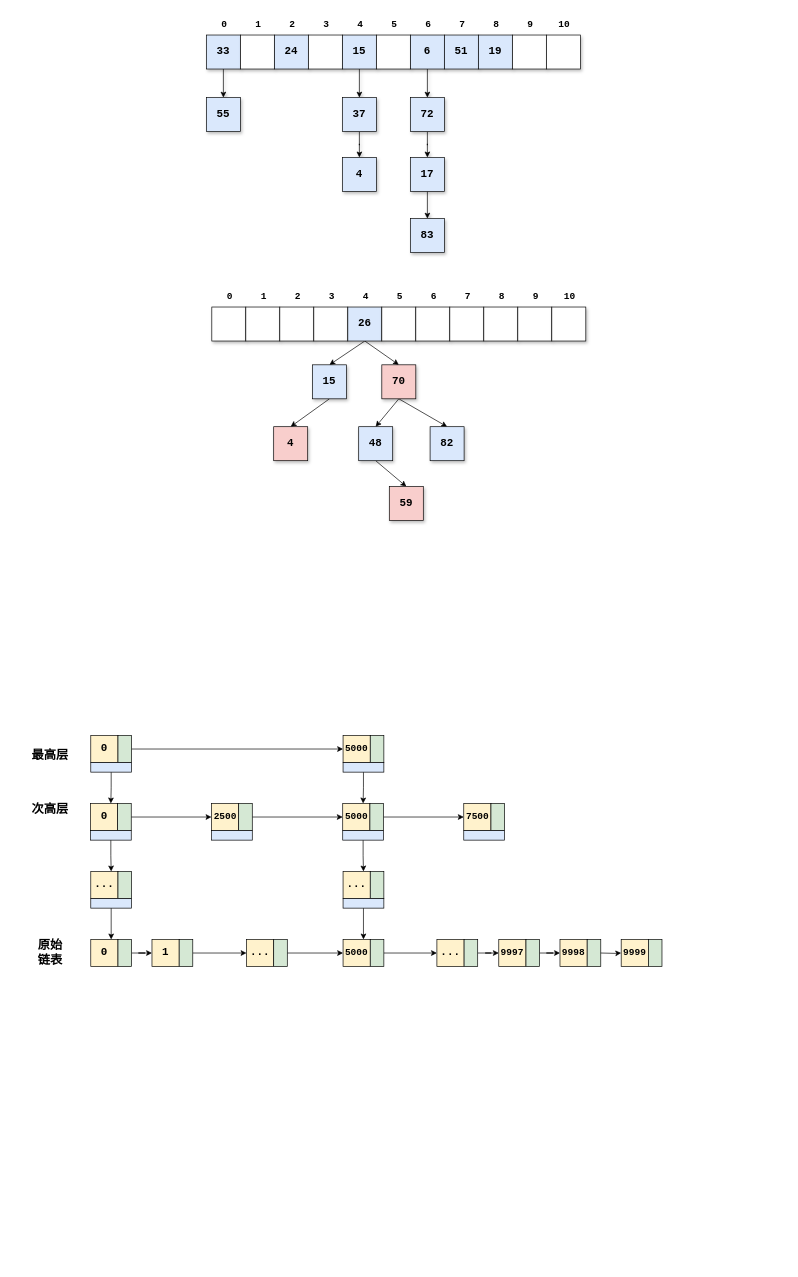
This is algorithm.drawio from Ocsio/draw-io, a draw.io file, before an edit. Source tidied: cells renumbered, new cells numbered last; positions are measured from the earlier drawing's top-left corner, leaving out a move shared by most shapes. Both pictures are drawn from the tidied source at 68%, with x=0, y=0 at pixel (22, 14).
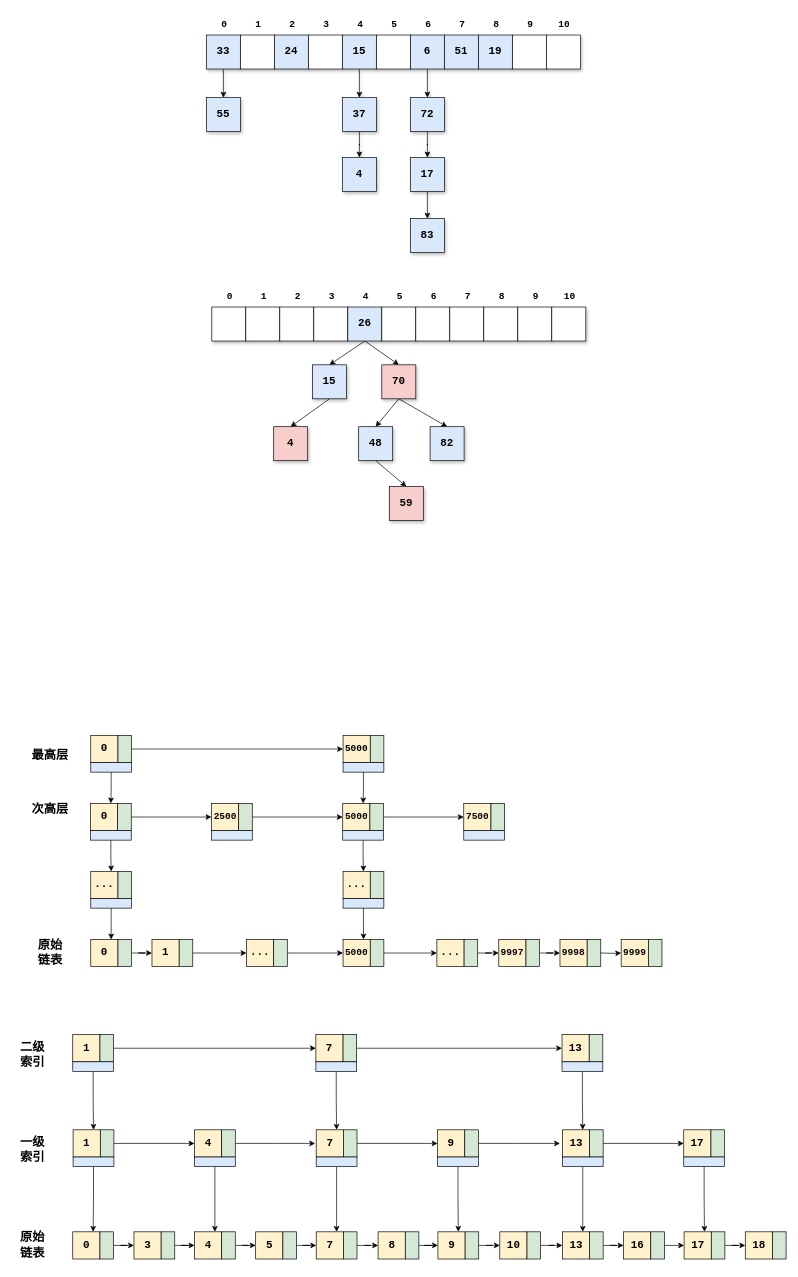
The same diagram, later.

What changed in the source:
```diff
@@
+    <mxCell id="130" value="&lt;b&gt;&lt;font style=&quot;font-size: 16px;&quot; face=&quot;Courier New&quot;&gt;0&lt;/font&gt;&lt;/b&gt;" style="rounded=0;whiteSpace=wrap;html=1;fillColor=#fff2cc;strokeColor=default;" parent="1" vertex="1">
+      <mxGeometry x="73.5" y="1790" width="40" height="40" as="geometry" />
+    </mxCell>
+    <mxCell id="131" style="edgeStyle=orthogonalEdgeStyle;rounded=0;jettySize=auto;html=1;" parent="1" edge="1" source="132" target="134">
+      <mxGeometry relative="1" as="geometry" />
+    </mxCell>
+    <mxCell id="132" style="rounded=0;whiteSpace=wrap;html=1;fillColor=#d5e8d4;strokeColor=default;" parent="1" vertex="1">
+      <mxGeometry x="113.5" y="1790" width="20" height="40" as="geometry" />
+    </mxCell>
+    <mxCell id="133" value="&lt;b style=&quot;font-size: 18px;&quot;&gt;&lt;font style=&quot;font-size: 18px;&quot; face=&quot;Courier New&quot;&gt;原始&lt;br&gt;链表&lt;/font&gt;&lt;/b&gt;" style="text;html=1;align=center;verticalAlign=middle;strokeColor=none;fillColor=none;" parent="1" vertex="1">
+      <mxGeometry x="-16.5" y="1780" width="60" height="60" as="geometry" />
+    </mxCell>
+    <mxCell id="134" value="&lt;b&gt;&lt;font style=&quot;font-size: 16px;&quot; face=&quot;Courier New&quot;&gt;3&lt;/font&gt;&lt;/b&gt;" style="rounded=0;whiteSpace=wrap;html=1;fillColor=#fff2cc;strokeColor=default;" parent="1" vertex="1">
+      <mxGeometry x="163.5" y="1790" width="40" height="40" as="geometry" />
+    </mxCell>
+    <mxCell id="135" style="edgeStyle=orthogonalEdgeStyle;rounded=0;jettySize=auto;html=1;entryX=0;entryY=0.5;entryDx=0;entryDy=0;" parent="1" edge="1" source="136" target="137">
+      <mxGeometry relative="1" as="geometry" />
+    </mxCell>
+    <mxCell id="136" style="rounded=0;whiteSpace=wrap;html=1;fillColor=#d5e8d4;strokeColor=default;" parent="1" vertex="1">
+      <mxGeometry x="203.5" y="1790" width="20" height="40" as="geometry" />
+    </mxCell>
+    <mxCell id="137" value="&lt;b&gt;&lt;font style=&quot;font-size: 16px;&quot; face=&quot;Courier New&quot;&gt;4&lt;/font&gt;&lt;/b&gt;" style="rounded=0;whiteSpace=wrap;html=1;fillColor=#fff2cc;strokeColor=default;" parent="1" vertex="1">
+      <mxGeometry x="252.5" y="1790" width="40" height="40" as="geometry" />
+    </mxCell>
+    <mxCell id="138" style="edgeStyle=orthogonalEdgeStyle;rounded=0;jettySize=auto;html=1;" parent="1" edge="1" source="139" target="140">
+      <mxGeometry relative="1" as="geometry" />
+    </mxCell>
+    <mxCell id="139" style="rounded=0;whiteSpace=wrap;html=1;fillColor=#d5e8d4;strokeColor=default;" parent="1" vertex="1">
+      <mxGeometry x="292.5" y="1790" width="20" height="40" as="geometry" />
+    </mxCell>
+    <mxCell id="140" value="&lt;b&gt;&lt;font style=&quot;font-size: 16px;&quot; face=&quot;Courier New&quot;&gt;5&lt;/font&gt;&lt;/b&gt;" style="rounded=0;whiteSpace=wrap;html=1;fillColor=#fff2cc;strokeColor=default;" parent="1" vertex="1">
+      <mxGeometry x="342.5" y="1790" width="40" height="40" as="geometry" />
+    </mxCell>
+    <mxCell id="141" style="edgeStyle=orthogonalEdgeStyle;rounded=0;jettySize=auto;html=1;exitX=1;exitY=0.5;exitDx=0;exitDy=0;" parent="1" edge="1" source="142" target="143">
+      <mxGeometry relative="1" as="geometry" />
+    </mxCell>
+    <mxCell id="142" style="rounded=0;whiteSpace=wrap;html=1;fillColor=#d5e8d4;strokeColor=default;" parent="1" vertex="1">
+      <mxGeometry x="382.5" y="1790" width="20" height="40" as="geometry" />
+    </mxCell>
+    <mxCell id="143" value="&lt;b&gt;&lt;font style=&quot;font-size: 16px;&quot; face=&quot;Courier New&quot;&gt;7&lt;/font&gt;&lt;/b&gt;" style="rounded=0;whiteSpace=wrap;html=1;fillColor=#fff2cc;strokeColor=default;" parent="1" vertex="1">
+      <mxGeometry x="431.5" y="1790" width="40" height="40" as="geometry" />
+    </mxCell>
+    <mxCell id="144" style="edgeStyle=orthogonalEdgeStyle;rounded=0;jettySize=auto;html=1;" parent="1" edge="1" source="145" target="146">
+      <mxGeometry relative="1" as="geometry" />
+    </mxCell>
+    <mxCell id="145" style="rounded=0;whiteSpace=wrap;html=1;fillColor=#d5e8d4;strokeColor=default;" parent="1" vertex="1">
+      <mxGeometry x="471.5" y="1790" width="20" height="40" as="geometry" />
+    </mxCell>
+    <mxCell id="146" value="&lt;b&gt;&lt;font style=&quot;font-size: 16px;&quot; face=&quot;Courier New&quot;&gt;8&lt;/font&gt;&lt;/b&gt;" style="rounded=0;whiteSpace=wrap;html=1;fillColor=#fff2cc;strokeColor=default;" parent="1" vertex="1">
+      <mxGeometry x="522.5" y="1790" width="40" height="40" as="geometry" />
+    </mxCell>
+    <mxCell id="147" style="edgeStyle=orthogonalEdgeStyle;rounded=0;jettySize=auto;html=1;exitX=1;exitY=0.5;exitDx=0;exitDy=0;" parent="1" edge="1" source="148" target="149">
+      <mxGeometry relative="1" as="geometry" />
+    </mxCell>
+    <mxCell id="148" style="rounded=0;whiteSpace=wrap;html=1;fillColor=#d5e8d4;strokeColor=default;" parent="1" vertex="1">
+      <mxGeometry x="562.5" y="1790" width="20" height="40" as="geometry" />
+    </mxCell>
+    <mxCell id="149" value="&lt;b&gt;&lt;font style=&quot;font-size: 16px;&quot; face=&quot;Courier New&quot;&gt;9&lt;/font&gt;&lt;/b&gt;" style="rounded=0;whiteSpace=wrap;html=1;fillColor=#fff2cc;strokeColor=default;" parent="1" vertex="1">
+      <mxGeometry x="610.5" y="1790" width="40" height="40" as="geometry" />
+    </mxCell>
+    <mxCell id="150" style="edgeStyle=orthogonalEdgeStyle;rounded=0;jettySize=auto;html=1;" parent="1" edge="1" source="151" target="152">
+      <mxGeometry relative="1" as="geometry" />
+    </mxCell>
+    <mxCell id="151" style="rounded=0;whiteSpace=wrap;html=1;fillColor=#d5e8d4;strokeColor=default;" parent="1" vertex="1">
+      <mxGeometry x="650.5" y="1790" width="20" height="40" as="geometry" />
+    </mxCell>
+    <mxCell id="152" value="&lt;b&gt;&lt;font style=&quot;font-size: 16px;&quot; face=&quot;Courier New&quot;&gt;10&lt;/font&gt;&lt;/b&gt;" style="rounded=0;whiteSpace=wrap;html=1;fillColor=#fff2cc;strokeColor=default;" parent="1" vertex="1">
+      <mxGeometry x="701.5" y="1790" width="40" height="40" as="geometry" />
+    </mxCell>
+    <mxCell id="153" style="edgeStyle=orthogonalEdgeStyle;rounded=0;jettySize=auto;html=1;" parent="1" edge="1" source="154" target="155">
+      <mxGeometry relative="1" as="geometry" />
+    </mxCell>
+    <mxCell id="154" style="rounded=0;whiteSpace=wrap;html=1;fillColor=#d5e8d4;strokeColor=default;" parent="1" vertex="1">
+      <mxGeometry x="741.5" y="1790" width="20" height="40" as="geometry" />
+    </mxCell>
+    <mxCell id="155" value="&lt;b&gt;&lt;font style=&quot;font-size: 16px;&quot; face=&quot;Courier New&quot;&gt;13&lt;/font&gt;&lt;/b&gt;" style="rounded=0;whiteSpace=wrap;html=1;fillColor=#fff2cc;strokeColor=default;" parent="1" vertex="1">
+      <mxGeometry x="793.5" y="1790" width="40" height="40" as="geometry" />
+    </mxCell>
+    <mxCell id="156" style="edgeStyle=orthogonalEdgeStyle;rounded=0;jettySize=auto;html=1;" parent="1" edge="1" source="157" target="158">
+      <mxGeometry relative="1" as="geometry" />
+    </mxCell>
+    <mxCell id="157" style="rounded=0;whiteSpace=wrap;html=1;fillColor=#d5e8d4;strokeColor=default;" parent="1" vertex="1">
+      <mxGeometry x="833.5" y="1790" width="20" height="40" as="geometry" />
+    </mxCell>
+    <mxCell id="158" value="&lt;b&gt;&lt;font style=&quot;font-size: 16px;&quot; face=&quot;Courier New&quot;&gt;16&lt;/font&gt;&lt;/b&gt;" style="rounded=0;whiteSpace=wrap;html=1;fillColor=#fff2cc;strokeColor=default;" parent="1" vertex="1">
+      <mxGeometry x="883.5" y="1790" width="40" height="40" as="geometry" />
+    </mxCell>
+    <mxCell id="159" style="edgeStyle=orthogonalEdgeStyle;rounded=0;jettySize=auto;html=1;exitX=1;exitY=0.5;exitDx=0;exitDy=0;entryX=0;entryY=0.5;entryDx=0;entryDy=0;" parent="1" edge="1" source="160" target="161">
+      <mxGeometry relative="1" as="geometry" />
+    </mxCell>
+    <mxCell id="160" style="rounded=0;whiteSpace=wrap;html=1;fillColor=#d5e8d4;strokeColor=default;" parent="1" vertex="1">
+      <mxGeometry x="923.5" y="1790" width="20" height="40" as="geometry" />
+    </mxCell>
+    <mxCell id="161" value="&lt;b&gt;&lt;font style=&quot;font-size: 16px;&quot; face=&quot;Courier New&quot;&gt;17&lt;/font&gt;&lt;/b&gt;" style="rounded=0;whiteSpace=wrap;html=1;fillColor=#fff2cc;strokeColor=default;" parent="1" vertex="1">
+      <mxGeometry x="972.5" y="1790" width="40" height="40" as="geometry" />
+    </mxCell>
+    <mxCell id="162" style="edgeStyle=orthogonalEdgeStyle;rounded=0;jettySize=auto;html=1;" parent="1" edge="1" source="163" target="164">
+      <mxGeometry relative="1" as="geometry" />
+    </mxCell>
+    <mxCell id="163" style="rounded=0;whiteSpace=wrap;html=1;fillColor=#d5e8d4;strokeColor=default;" parent="1" vertex="1">
+      <mxGeometry x="1012.5" y="1790" width="20" height="40" as="geometry" />
+    </mxCell>
+    <mxCell id="164" value="&lt;b&gt;&lt;font style=&quot;font-size: 16px;&quot; face=&quot;Courier New&quot;&gt;18&lt;/font&gt;&lt;/b&gt;" style="rounded=0;whiteSpace=wrap;html=1;fillColor=#fff2cc;strokeColor=default;" parent="1" vertex="1">
+      <mxGeometry x="1062.5" y="1790" width="40" height="40" as="geometry" />
+    </mxCell>
+    <mxCell id="165" style="rounded=0;whiteSpace=wrap;html=1;fillColor=#d5e8d4;strokeColor=default;" parent="1" vertex="1">
+      <mxGeometry x="1102.5" y="1790" width="20" height="40" as="geometry" />
+    </mxCell>
+    <mxCell id="166" value="&lt;b&gt;&lt;font style=&quot;font-size: 16px;&quot; face=&quot;Courier New&quot;&gt;1&lt;/font&gt;&lt;/b&gt;" style="rounded=0;whiteSpace=wrap;html=1;fillColor=#fff2cc;strokeColor=default;" parent="1" vertex="1">
+      <mxGeometry x="74" y="1640" width="40" height="40" as="geometry" />
+    </mxCell>
+    <mxCell id="167" style="edgeStyle=orthogonalEdgeStyle;rounded=0;jettySize=auto;html=1;entryX=0;entryY=0.5;entryDx=0;entryDy=0;" parent="1" edge="1" source="168" target="171">
+      <mxGeometry relative="1" as="geometry" />
+    </mxCell>
+    <mxCell id="168" style="rounded=0;whiteSpace=wrap;html=1;fillColor=#d5e8d4;strokeColor=default;" parent="1" vertex="1">
+      <mxGeometry x="114" y="1640" width="20" height="40" as="geometry" />
+    </mxCell>
+    <mxCell id="169" style="edgeStyle=orthogonalEdgeStyle;rounded=0;jettySize=auto;html=1;exitX=0.5;exitY=1;exitDx=0;exitDy=0;entryX=0.75;entryY=0;entryDx=0;entryDy=0;" parent="1" edge="1" source="170" target="130">
+      <mxGeometry relative="1" as="geometry" />
+    </mxCell>
+    <mxCell id="170" style="rounded=0;whiteSpace=wrap;html=1;fillColor=#dae8fc;strokeColor=default;" parent="1" vertex="1">
+      <mxGeometry x="74" y="1680" width="60" height="14" as="geometry" />
+    </mxCell>
+    <mxCell id="171" value="&lt;b&gt;&lt;font style=&quot;font-size: 16px;&quot; face=&quot;Courier New&quot;&gt;4&lt;/font&gt;&lt;/b&gt;" style="rounded=0;whiteSpace=wrap;html=1;fillColor=#fff2cc;strokeColor=default;" parent="1" vertex="1">
+      <mxGeometry x="252.5" y="1640" width="40" height="40" as="geometry" />
+    </mxCell>
+    <mxCell id="172" style="edgeStyle=orthogonalEdgeStyle;rounded=0;jettySize=auto;html=1;" parent="1" edge="1" source="173">
+      <mxGeometry relative="1" as="geometry">
+        <mxPoint x="430" y="1660" as="targetPoint" />
+      </mxGeometry>
+    </mxCell>
+    <mxCell id="173" style="rounded=0;whiteSpace=wrap;html=1;fillColor=#d5e8d4;strokeColor=default;" parent="1" vertex="1">
+      <mxGeometry x="292.5" y="1640" width="20" height="40" as="geometry" />
+    </mxCell>
+    <mxCell id="174" style="edgeStyle=orthogonalEdgeStyle;rounded=0;jettySize=auto;html=1;entryX=0.75;entryY=0;entryDx=0;entryDy=0;" parent="1" edge="1" source="175" target="137">
+      <mxGeometry relative="1" as="geometry" />
+    </mxCell>
+    <mxCell id="175" style="rounded=0;whiteSpace=wrap;html=1;fillColor=#dae8fc;strokeColor=default;" parent="1" vertex="1">
+      <mxGeometry x="252.5" y="1680" width="60" height="14" as="geometry" />
+    </mxCell>
+    <mxCell id="176" value="&lt;b&gt;&lt;font style=&quot;font-size: 16px;&quot; face=&quot;Courier New&quot;&gt;7&lt;/font&gt;&lt;/b&gt;" style="rounded=0;whiteSpace=wrap;html=1;fillColor=#fff2cc;strokeColor=default;" parent="1" vertex="1">
+      <mxGeometry x="431.5" y="1640" width="40" height="40" as="geometry" />
+    </mxCell>
+    <mxCell id="177" style="edgeStyle=orthogonalEdgeStyle;rounded=0;jettySize=auto;html=1;exitX=1;exitY=0.5;exitDx=0;exitDy=0;entryX=0;entryY=0.5;entryDx=0;entryDy=0;" parent="1" edge="1" source="178" target="181">
+      <mxGeometry relative="1" as="geometry" />
+    </mxCell>
+    <mxCell id="178" style="rounded=0;whiteSpace=wrap;html=1;fillColor=#d5e8d4;strokeColor=default;" parent="1" vertex="1">
+      <mxGeometry x="471.5" y="1640" width="20" height="40" as="geometry" />
+    </mxCell>
+    <mxCell id="179" style="edgeStyle=orthogonalEdgeStyle;rounded=0;jettySize=auto;html=1;entryX=0.75;entryY=0;entryDx=0;entryDy=0;" parent="1" edge="1" source="180" target="143">
+      <mxGeometry relative="1" as="geometry" />
+    </mxCell>
+    <mxCell id="180" style="rounded=0;whiteSpace=wrap;html=1;fillColor=#dae8fc;strokeColor=default;" parent="1" vertex="1">
+      <mxGeometry x="431.5" y="1680" width="60" height="14" as="geometry" />
+    </mxCell>
+    <mxCell id="181" value="&lt;b&gt;&lt;font style=&quot;font-size: 16px;&quot; face=&quot;Courier New&quot;&gt;9&lt;/font&gt;&lt;/b&gt;" style="rounded=0;whiteSpace=wrap;html=1;fillColor=#fff2cc;strokeColor=default;" parent="1" vertex="1">
+      <mxGeometry x="610" y="1640" width="40" height="40" as="geometry" />
+    </mxCell>
+    <mxCell id="182" style="edgeStyle=orthogonalEdgeStyle;rounded=0;jettySize=auto;html=1;" parent="1" edge="1" source="183">
+      <mxGeometry relative="1" as="geometry">
+        <mxPoint x="790" y="1660" as="targetPoint" />
+      </mxGeometry>
+    </mxCell>
+    <mxCell id="183" style="rounded=0;whiteSpace=wrap;html=1;fillColor=#d5e8d4;strokeColor=default;" parent="1" vertex="1">
+      <mxGeometry x="650" y="1640" width="20" height="40" as="geometry" />
+    </mxCell>
+    <mxCell id="184" style="edgeStyle=orthogonalEdgeStyle;rounded=0;jettySize=auto;html=1;entryX=0.75;entryY=0;entryDx=0;entryDy=0;" parent="1" edge="1" source="185" target="149">
+      <mxGeometry relative="1" as="geometry" />
+    </mxCell>
+    <mxCell id="185" style="rounded=0;whiteSpace=wrap;html=1;fillColor=#dae8fc;strokeColor=default;" parent="1" vertex="1">
+      <mxGeometry x="610" y="1680" width="60" height="14" as="geometry" />
+    </mxCell>
+    <mxCell id="186" value="&lt;b&gt;&lt;font style=&quot;font-size: 16px;&quot; face=&quot;Courier New&quot;&gt;13&lt;/font&gt;&lt;/b&gt;" style="rounded=0;whiteSpace=wrap;html=1;fillColor=#fff2cc;strokeColor=default;" parent="1" vertex="1">
+      <mxGeometry x="793.5" y="1640" width="40" height="40" as="geometry" />
+    </mxCell>
+    <mxCell id="187" style="edgeStyle=orthogonalEdgeStyle;rounded=0;jettySize=auto;html=1;exitX=1;exitY=0.5;exitDx=0;exitDy=0;" parent="1" edge="1" source="188" target="191">
+      <mxGeometry relative="1" as="geometry" />
+    </mxCell>
+    <mxCell id="188" style="rounded=0;whiteSpace=wrap;html=1;fillColor=#d5e8d4;strokeColor=default;" parent="1" vertex="1">
+      <mxGeometry x="833.5" y="1640" width="20" height="40" as="geometry" />
+    </mxCell>
+    <mxCell id="189" style="edgeStyle=orthogonalEdgeStyle;rounded=0;jettySize=auto;html=1;entryX=0.75;entryY=0;entryDx=0;entryDy=0;" parent="1" edge="1" source="190" target="155">
+      <mxGeometry relative="1" as="geometry" />
+    </mxCell>
+    <mxCell id="190" style="rounded=0;whiteSpace=wrap;html=1;fillColor=#dae8fc;strokeColor=default;" parent="1" vertex="1">
+      <mxGeometry x="793.5" y="1680" width="60" height="14" as="geometry" />
+    </mxCell>
+    <mxCell id="191" value="&lt;b&gt;&lt;font style=&quot;font-size: 16px;&quot; face=&quot;Courier New&quot;&gt;17&lt;/font&gt;&lt;/b&gt;" style="rounded=0;whiteSpace=wrap;html=1;fillColor=#fff2cc;strokeColor=default;" parent="1" vertex="1">
+      <mxGeometry x="972" y="1640" width="40" height="40" as="geometry" />
+    </mxCell>
+    <mxCell id="192" style="rounded=0;whiteSpace=wrap;html=1;fillColor=#d5e8d4;strokeColor=default;" parent="1" vertex="1">
+      <mxGeometry x="1012" y="1640" width="20" height="40" as="geometry" />
+    </mxCell>
+    <mxCell id="193" style="edgeStyle=orthogonalEdgeStyle;rounded=0;jettySize=auto;html=1;entryX=0.75;entryY=0;entryDx=0;entryDy=0;" parent="1" edge="1" source="194" target="161">
+      <mxGeometry relative="1" as="geometry" />
+    </mxCell>
+    <mxCell id="194" style="rounded=0;whiteSpace=wrap;html=1;fillColor=#dae8fc;strokeColor=default;" parent="1" vertex="1">
+      <mxGeometry x="972" y="1680" width="60" height="14" as="geometry" />
+    </mxCell>
+    <mxCell id="195" value="&lt;font face=&quot;Courier New&quot;&gt;&lt;span style=&quot;font-size: 18px;&quot;&gt;&lt;b&gt;一级&lt;br&gt;索引&lt;/b&gt;&lt;/span&gt;&lt;/font&gt;" style="text;html=1;align=center;verticalAlign=middle;strokeColor=none;fillColor=none;" parent="1" vertex="1">
+      <mxGeometry x="-16.5" y="1640" width="60" height="60" as="geometry" />
+    </mxCell>
+    <mxCell id="196" value="&lt;font face=&quot;Courier New&quot;&gt;&lt;span style=&quot;font-size: 18px;&quot;&gt;&lt;b&gt;二级&lt;br&gt;索引&lt;/b&gt;&lt;/span&gt;&lt;/font&gt;" style="text;html=1;align=center;verticalAlign=middle;strokeColor=none;fillColor=none;" parent="1" vertex="1">
+      <mxGeometry x="-16.5" y="1500" width="60" height="60" as="geometry" />
+    </mxCell>
+    <mxCell id="197" value="&lt;b&gt;&lt;font style=&quot;font-size: 16px;&quot; face=&quot;Courier New&quot;&gt;1&lt;/font&gt;&lt;/b&gt;" style="rounded=0;whiteSpace=wrap;html=1;fillColor=#fff2cc;strokeColor=default;" parent="1" vertex="1">
+      <mxGeometry x="73.5" y="1500" width="40" height="40" as="geometry" />
+    </mxCell>
+    <mxCell id="198" style="edgeStyle=orthogonalEdgeStyle;rounded=0;jettySize=auto;html=1;" parent="1" edge="1" source="199" target="202">
+      <mxGeometry relative="1" as="geometry" />
+    </mxCell>
+    <mxCell id="199" style="rounded=0;whiteSpace=wrap;html=1;fillColor=#d5e8d4;strokeColor=default;" parent="1" vertex="1">
+      <mxGeometry x="113.5" y="1500" width="20" height="40" as="geometry" />
+    </mxCell>
+    <mxCell id="200" style="edgeStyle=orthogonalEdgeStyle;rounded=0;jettySize=auto;html=1;exitX=0.5;exitY=1;exitDx=0;exitDy=0;entryX=0.75;entryY=0;entryDx=0;entryDy=0;" parent="1" edge="1" source="201" target="166">
+      <mxGeometry relative="1" as="geometry" />
+    </mxCell>
+    <mxCell id="201" style="rounded=0;whiteSpace=wrap;html=1;fillColor=#dae8fc;strokeColor=default;" parent="1" vertex="1">
+      <mxGeometry x="73.5" y="1540" width="60" height="14" as="geometry" />
+    </mxCell>
+    <mxCell id="202" value="&lt;b&gt;&lt;font style=&quot;font-size: 16px;&quot; face=&quot;Courier New&quot;&gt;7&lt;/font&gt;&lt;/b&gt;" style="rounded=0;whiteSpace=wrap;html=1;fillColor=#fff2cc;strokeColor=default;" parent="1" vertex="1">
+      <mxGeometry x="431" y="1500" width="40" height="40" as="geometry" />
+    </mxCell>
+    <mxCell id="203" style="edgeStyle=orthogonalEdgeStyle;rounded=0;jettySize=auto;html=1;entryX=0;entryY=0.5;entryDx=0;entryDy=0;" parent="1" edge="1" source="204" target="207">
+      <mxGeometry relative="1" as="geometry" />
+    </mxCell>
+    <mxCell id="204" style="rounded=0;whiteSpace=wrap;html=1;fillColor=#d5e8d4;strokeColor=default;" parent="1" vertex="1">
+      <mxGeometry x="471" y="1500" width="20" height="40" as="geometry" />
+    </mxCell>
+    <mxCell id="205" style="edgeStyle=orthogonalEdgeStyle;rounded=0;jettySize=auto;html=1;entryX=0.75;entryY=0;entryDx=0;entryDy=0;" parent="1" edge="1" source="206" target="176">
+      <mxGeometry relative="1" as="geometry" />
+    </mxCell>
+    <mxCell id="206" style="rounded=0;whiteSpace=wrap;html=1;fillColor=#dae8fc;strokeColor=default;" parent="1" vertex="1">
+      <mxGeometry x="431" y="1540" width="60" height="14" as="geometry" />
+    </mxCell>
+    <mxCell id="207" value="&lt;b&gt;&lt;font style=&quot;font-size: 16px;&quot; face=&quot;Courier New&quot;&gt;13&lt;/font&gt;&lt;/b&gt;" style="rounded=0;whiteSpace=wrap;html=1;fillColor=#fff2cc;strokeColor=default;" parent="1" vertex="1">
+      <mxGeometry x="793" y="1500" width="40" height="40" as="geometry" />
+    </mxCell>
+    <mxCell id="208" style="rounded=0;whiteSpace=wrap;html=1;fillColor=#d5e8d4;strokeColor=default;" parent="1" vertex="1">
+      <mxGeometry x="833" y="1500" width="20" height="40" as="geometry" />
+    </mxCell>
+    <mxCell id="209" style="edgeStyle=orthogonalEdgeStyle;rounded=0;jettySize=auto;html=1;entryX=0.75;entryY=0;entryDx=0;entryDy=0;" parent="1" edge="1" source="210" target="186">
+      <mxGeometry relative="1" as="geometry" />
+    </mxCell>
+    <mxCell id="210" style="rounded=0;whiteSpace=wrap;html=1;fillColor=#dae8fc;strokeColor=default;" parent="1" vertex="1">
+      <mxGeometry x="793" y="1540" width="60" height="14" as="geometry" />
+    </mxCell>
```
